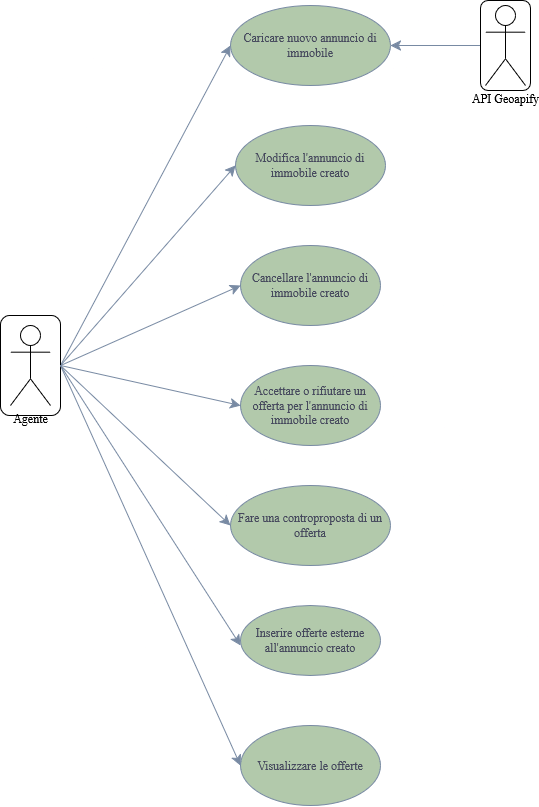
Sperob98/Documentazione-DietiEstates25 keeps this draw.io diagram as diagrammi/UseCase-Agente.drawio.png. Above is the earlier version. Source tidied: cells renumbered, new cells last; positions are measured from the earlier drawing's top-left corner, leaving out a move shared by most shapes. Source of this version:
```xml
<mxGraphModel>
  <root>
    <mxCell id="0" />
    <mxCell id="1" parent="0" />
    <mxCell id="2" value="Caricare nuovo annuncio di immobile" style="ellipse;whiteSpace=wrap;html=1;labelBackgroundColor=none;fillColor=#B2C9AB;strokeColor=#788AA3;fontColor=#46495D;" parent="1" vertex="1">
      <mxGeometry x="230" y="5" width="160" height="80" as="geometry" />
    </mxCell>
    <mxCell id="3" value="Modifica l'annuncio di immobile creato" style="ellipse;whiteSpace=wrap;html=1;labelBackgroundColor=none;fillColor=#B2C9AB;strokeColor=#788AA3;fontColor=#46495D;" parent="1" vertex="1">
      <mxGeometry x="235" y="125" width="150" height="80" as="geometry" />
    </mxCell>
    <mxCell id="4" value="Cancellare l'annuncio di immobile creato" style="ellipse;whiteSpace=wrap;html=1;labelBackgroundColor=none;fillColor=#B2C9AB;strokeColor=#788AA3;fontColor=#46495D;" parent="1" vertex="1">
      <mxGeometry x="240" y="245" width="140" height="80" as="geometry" />
    </mxCell>
    <mxCell id="5" value="Accettare o rifiutare un offerta per l'annuncio di immobile creato" style="ellipse;whiteSpace=wrap;html=1;labelBackgroundColor=none;fillColor=#B2C9AB;strokeColor=#788AA3;fontColor=#46495D;" parent="1" vertex="1">
      <mxGeometry x="240" y="365" width="140" height="80" as="geometry" />
    </mxCell>
    <mxCell id="6" value="Fare una controproposta di un offerta" style="ellipse;whiteSpace=wrap;html=1;labelBackgroundColor=none;fillColor=#B2C9AB;strokeColor=#788AA3;fontColor=#46495D;" parent="1" vertex="1">
      <mxGeometry x="230" y="485" width="160" height="80" as="geometry" />
    </mxCell>
    <mxCell id="7" value="Inserire offerte esterne all'annuncio creato" style="ellipse;whiteSpace=wrap;html=1;labelBackgroundColor=none;fillColor=#B2C9AB;strokeColor=#788AA3;fontColor=#46495D;" parent="1" vertex="1">
      <mxGeometry x="240" y="605" width="140" height="70" as="geometry" />
    </mxCell>
    <mxCell id="8" value="Visualizzare le offerte" style="ellipse;whiteSpace=wrap;html=1;labelBackgroundColor=none;fillColor=#B2C9AB;strokeColor=#788AA3;fontColor=#46495D;" parent="1" vertex="1">
      <mxGeometry x="240" y="725" width="140" height="80" as="geometry" />
    </mxCell>
    <mxCell id="9" style="edgeStyle=none;curved=1;rounded=0;jettySize=auto;html=1;exitX=1;exitY=0.5;exitDx=0;exitDy=0;entryX=0;entryY=0.5;entryDx=0;entryDy=0;fontSize=12;startSize=8;endSize=8;labelBackgroundColor=none;strokeColor=#788AA3;fontColor=default;" parent="1" edge="1" source="11" target="2">
      <mxGeometry relative="1" as="geometry" />
    </mxCell>
    <mxCell id="10" style="edgeStyle=none;curved=1;rounded=0;jettySize=auto;html=1;exitX=1;exitY=0.5;exitDx=0;exitDy=0;entryX=0;entryY=0.5;entryDx=0;entryDy=0;fontSize=12;startSize=8;endSize=8;labelBackgroundColor=none;strokeColor=#788AA3;fontColor=default;" parent="1" edge="1" source="11" target="3">
      <mxGeometry relative="1" as="geometry" />
    </mxCell>
    <mxCell id="11" style="rounded=1;whiteSpace=wrap;html=1;labelBackgroundColor=none;" parent="1" vertex="1">
      <mxGeometry y="315" width="60" height="100" as="geometry" />
    </mxCell>
    <mxCell id="12" value="Agente" style="shape=umlActor;verticalLabelPosition=bottom;verticalAlign=top;html=1;labelBackgroundColor=none;" parent="1" vertex="1">
      <mxGeometry x="10" y="325" width="40" height="80" as="geometry" />
    </mxCell>
    <mxCell id="13" style="edgeStyle=none;curved=1;rounded=0;jettySize=auto;html=1;entryX=0;entryY=0.5;entryDx=0;entryDy=0;fontSize=12;startSize=8;endSize=8;exitX=1;exitY=0.5;exitDx=0;exitDy=0;labelBackgroundColor=none;strokeColor=#788AA3;fontColor=default;" parent="1" edge="1" source="11" target="4">
      <mxGeometry relative="1" as="geometry" />
    </mxCell>
    <mxCell id="14" style="edgeStyle=none;curved=1;rounded=0;jettySize=auto;html=1;entryX=0;entryY=0.5;entryDx=0;entryDy=0;fontSize=12;startSize=8;endSize=8;exitX=1;exitY=0.5;exitDx=0;exitDy=0;labelBackgroundColor=none;strokeColor=#788AA3;fontColor=default;" parent="1" edge="1" source="11" target="5">
      <mxGeometry relative="1" as="geometry" />
    </mxCell>
    <mxCell id="15" style="edgeStyle=none;curved=1;rounded=0;jettySize=auto;html=1;entryX=0;entryY=0.5;entryDx=0;entryDy=0;fontSize=12;startSize=8;endSize=8;exitX=1;exitY=0.5;exitDx=0;exitDy=0;labelBackgroundColor=none;strokeColor=#788AA3;fontColor=default;" parent="1" edge="1" source="11" target="6">
      <mxGeometry relative="1" as="geometry" />
    </mxCell>
    <mxCell id="16" style="edgeStyle=none;curved=1;rounded=0;jettySize=auto;html=1;fontSize=12;startSize=8;endSize=8;exitX=1;exitY=0.5;exitDx=0;exitDy=0;labelBackgroundColor=none;strokeColor=#788AA3;fontColor=default;" parent="1" edge="1" source="11">
      <mxGeometry relative="1" as="geometry">
        <mxPoint x="240" y="645" as="targetPoint" />
      </mxGeometry>
    </mxCell>
    <mxCell id="17" style="edgeStyle=none;curved=1;rounded=0;jettySize=auto;html=1;entryX=0;entryY=0.5;entryDx=0;entryDy=0;fontSize=12;startSize=8;endSize=8;exitX=1;exitY=0.5;exitDx=0;exitDy=0;labelBackgroundColor=none;strokeColor=#788AA3;fontColor=default;" parent="1" edge="1" source="11" target="8">
      <mxGeometry relative="1" as="geometry" />
    </mxCell>
    <mxCell id="18" style="edgeStyle=none;curved=1;rounded=0;jettySize=auto;html=1;exitX=0;exitY=0.5;exitDx=0;exitDy=0;entryX=1;entryY=0.5;entryDx=0;entryDy=0;fontSize=12;startSize=8;endSize=8;labelBackgroundColor=none;strokeColor=#788AA3;fontColor=default;" parent="1" edge="1" source="19" target="2">
      <mxGeometry relative="1" as="geometry" />
    </mxCell>
    <mxCell id="19" style="rounded=1;whiteSpace=wrap;html=1;labelBackgroundColor=none;" parent="1" vertex="1">
      <mxGeometry x="480" width="50" height="90" as="geometry" />
    </mxCell>
    <mxCell id="20" value="&lt;div&gt;API Geoapify&lt;/div&gt;&lt;div&gt;&lt;br&gt;&lt;/div&gt;" style="shape=umlActor;verticalLabelPosition=bottom;verticalAlign=top;html=1;labelBackgroundColor=none;" parent="1" vertex="1">
      <mxGeometry x="485" y="5" width="40" height="80" as="geometry" />
    </mxCell>
  </root>
</mxGraphModel>
```
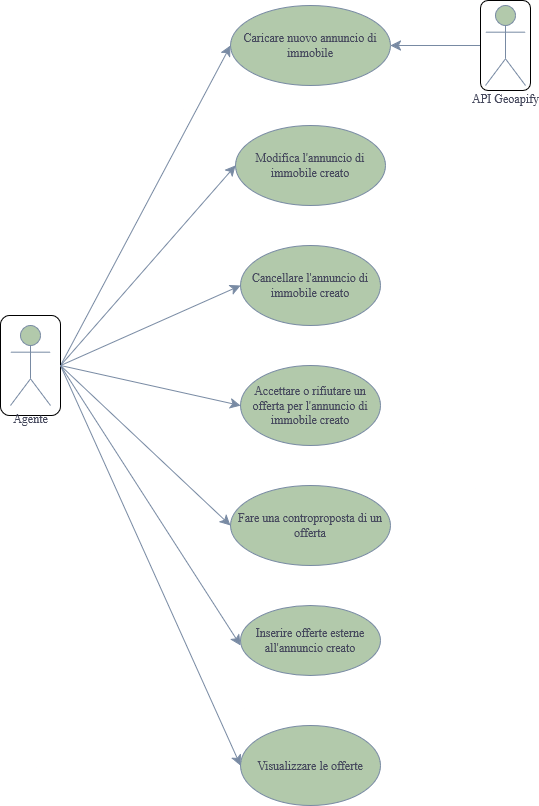
Above is the later version.

Change to the diagram source:
```diff
@@ -32,7 +32,7 @@
     <mxCell id="11" style="rounded=1;whiteSpace=wrap;html=1;labelBackgroundColor=none;" parent="1" vertex="1">
       <mxGeometry y="315" width="60" height="100" as="geometry" />
     </mxCell>
-    <mxCell id="12" value="Agente" style="shape=umlActor;verticalLabelPosition=bottom;verticalAlign=top;html=1;labelBackgroundColor=none;" parent="1" vertex="1">
+    <mxCell id="12" value="Agente" style="shape=umlActor;verticalLabelPosition=bottom;verticalAlign=top;html=1;labelBackgroundColor=none;fillColor=#B2C9AB;strokeColor=#788AA3;fontColor=#46495D;" parent="1" vertex="1">
       <mxGeometry x="10" y="325" width="40" height="80" as="geometry" />
     </mxCell>
     <mxCell id="13" style="edgeStyle=none;curved=1;rounded=0;jettySize=auto;html=1;entryX=0;entryY=0.5;entryDx=0;entryDy=0;fontSize=12;startSize=8;endSize=8;exitX=1;exitY=0.5;exitDx=0;exitDy=0;labelBackgroundColor=none;strokeColor=#788AA3;fontColor=default;" parent="1" edge="1" source="11" target="4">
@@ -58,7 +58,7 @@
     <mxCell id="19" style="rounded=1;whiteSpace=wrap;html=1;labelBackgroundColor=none;" parent="1" vertex="1">
       <mxGeometry x="480" width="50" height="90" as="geometry" />
     </mxCell>
-    <mxCell id="20" value="&lt;div&gt;API Geoapify&lt;/div&gt;&lt;div&gt;&lt;br&gt;&lt;/div&gt;" style="shape=umlActor;verticalLabelPosition=bottom;verticalAlign=top;html=1;labelBackgroundColor=none;" parent="1" vertex="1">
+    <mxCell id="20" value="&lt;div&gt;API Geoapify&lt;/div&gt;&lt;div&gt;&lt;br&gt;&lt;/div&gt;" style="shape=umlActor;verticalLabelPosition=bottom;verticalAlign=top;html=1;labelBackgroundColor=none;fillColor=#B2C9AB;strokeColor=#788AA3;fontColor=#46495D;" parent="1" vertex="1">
       <mxGeometry x="485" y="5" width="40" height="80" as="geometry" />
     </mxCell>
   </root>
```
